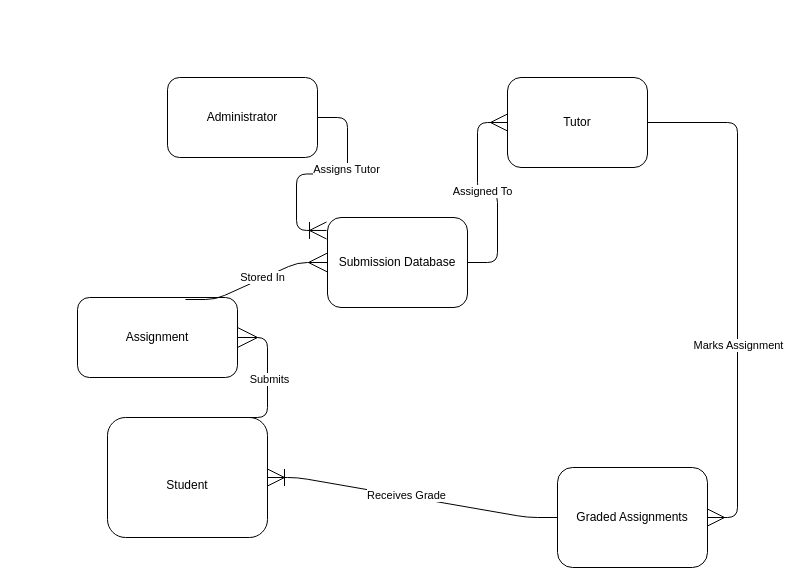
Above: page "EntityRelationship" (4 of 6) of Unit2Question2.drawio in logankilpatrick/OxfordUnit2 (draw.io), before the change. Source tidied: cells renumbered, new cells numbered last; positions are measured from the earlier drawing's top-left corner, leaving out a move shared by most shapes. Both pictures are drawn from the tidied source at 100%, with x=0, y=0 at pixel (77, 77).
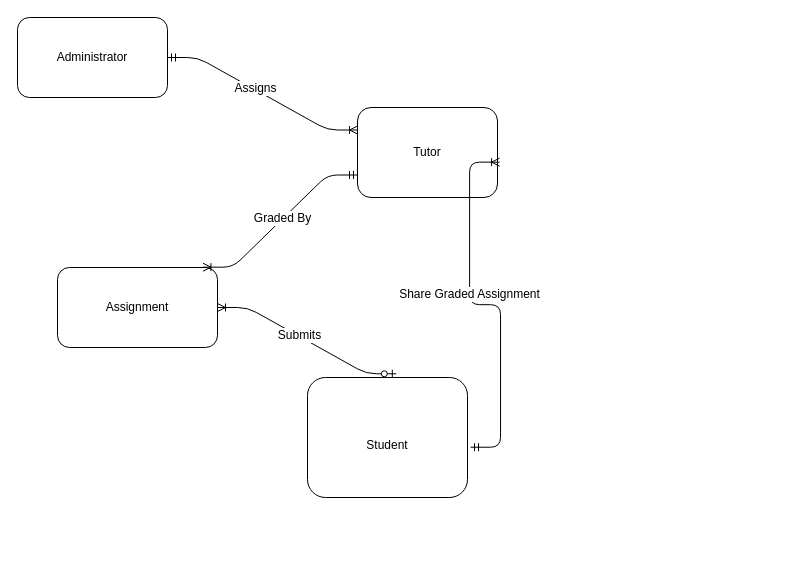
Above is the later version.

Change to the diagram source:
```diff
@@
 <mxGraphModel>
   <root>
     <mxCell id="0" />
     <mxCell id="1" parent="0" />
     <mxCell id="2" value="&lt;br&gt;Student" style="rounded=1;whiteSpace=wrap;html=1;" parent="1" vertex="1">
-      <mxGeometry x="30" y="340" width="160" height="120" as="geometry" />
+      <mxGeometry x="230" y="300" width="160" height="120" as="geometry" />
     </mxCell>
+    <mxCell id="5" value="Assignment" style="rounded=1;whiteSpace=wrap;html=1;" parent="1" vertex="1">
+      <mxGeometry x="-20" y="190" width="160" height="80" as="geometry" />
+    </mxCell>
+    <mxCell id="9" value="Tutor" style="rounded=1;whiteSpace=wrap;html=1;" parent="1" vertex="1">
+      <mxGeometry x="280" y="30" width="140" height="90" as="geometry" />
+    </mxCell>
+    <mxCell id="17" value="Administrator" style="rounded=1;whiteSpace=wrap;html=1;" parent="1" vertex="1">
+      <mxGeometry x="-60" y="-60" width="150" height="80" as="geometry" />
+    </mxCell>
-    <mxCell id="3" style="edgeStyle=entityRelationEdgeStyle;fontSize=12;html=1;endArrow=ERmany;exitX=0.5;exitY=0;exitDx=0;exitDy=0;endSize=18;" parent="1" edge="1" source="2" target="5">
+    <mxCell id="3" style="edgeStyle=entityRelationEdgeStyle;fontSize=12;html=1;endArrow=ERoneToMany;startArrow=ERzeroToOne;strokeWidth=1;entryX=1;entryY=0.5;entryDx=0;entryDy=0;exitX=0.555;exitY=-0.031;exitDx=0;exitDy=0;exitPerimeter=0;" parent="1" edge="1" source="2" target="5">
       <mxGeometry relative="1" as="geometry" />
     </mxCell>
-    <mxCell id="4" value="Submits" style="edgeLabel;html=1;align=center;verticalAlign=middle;" parent="3" vertex="1">
-      <mxGeometry x="0.25" y="-1" relative="1" as="geometry" />
+    <mxCell id="4" value="Submits" style="edgeLabel;html=1;align=center;verticalAlign=middle;fontSize=12;" parent="3" vertex="1">
+      <mxGeometry x="0.1" y="-1" relative="1" as="geometry" />
     </mxCell>
-    <mxCell id="5" value="Assignment" style="rounded=1;whiteSpace=wrap;html=1;" parent="1" vertex="1">
-      <mxGeometry y="220" width="160" height="80" as="geometry" />
-    </mxCell>
-    <mxCell id="6" value="Submission Database" style="rounded=1;whiteSpace=wrap;html=1;" parent="1" vertex="1">
-      <mxGeometry x="250" y="140" width="140" height="90" as="geometry" />
-    </mxCell>
-    <mxCell id="7" style="edgeStyle=entityRelationEdgeStyle;fontSize=12;html=1;endArrow=ERmany;exitX=0.675;exitY=0.025;exitDx=0;exitDy=0;exitPerimeter=0;entryX=0;entryY=0.5;entryDx=0;entryDy=0;strokeWidth=1;endSize=17;" parent="1" edge="1" source="5" target="6">
-      <mxGeometry relative="1" as="geometry" />
-    </mxCell>
-    <mxCell id="8" value="Stored In" style="edgeLabel;html=1;align=center;verticalAlign=middle;" parent="7" vertex="1">
-      <mxGeometry x="0.09" y="1" relative="1" as="geometry" />
-    </mxCell>
-    <mxCell id="9" value="Tutor" style="rounded=1;whiteSpace=wrap;html=1;" parent="1" vertex="1">
-      <mxGeometry x="430" width="140" height="90" as="geometry" />
-    </mxCell>
-    <mxCell id="10" style="edgeStyle=entityRelationEdgeStyle;fontSize=12;html=1;endArrow=ERmany;strokeWidth=1;exitX=1;exitY=0.5;exitDx=0;exitDy=0;entryX=0;entryY=0.5;entryDx=0;entryDy=0;endSize=15;" parent="1" edge="1" source="6" target="9">
-      <mxGeometry relative="1" as="geometry" />
-    </mxCell>
-    <mxCell id="11" value="Assigned To" style="edgeLabel;html=1;align=center;verticalAlign=middle;" parent="10" vertex="1">
-      <mxGeometry x="0.05" y="-2" relative="1" as="geometry" />
-    </mxCell>
-    <mxCell id="12" value="Graded Assignments" style="rounded=1;whiteSpace=wrap;html=1;" parent="1" vertex="1">
-      <mxGeometry x="480" y="390" width="150" height="100" as="geometry" />
-    </mxCell>
-    <mxCell id="13" style="edgeStyle=entityRelationEdgeStyle;fontSize=12;html=1;endArrow=ERmany;strokeWidth=1;exitX=1;exitY=0.5;exitDx=0;exitDy=0;endSize=15;" parent="1" edge="1" source="9" target="12">
-      <mxGeometry relative="1" as="geometry" />
-    </mxCell>
-    <mxCell id="14" value="Marks Assignment" style="edgeLabel;html=1;align=center;verticalAlign=middle;" parent="13" vertex="1">
-      <mxGeometry x="0.21" relative="1" as="geometry" />
-    </mxCell>
-    <mxCell id="15" style="edgeStyle=entityRelationEdgeStyle;fontSize=12;html=1;endArrow=ERoneToMany;strokeWidth=1;exitX=0;exitY=0.5;exitDx=0;exitDy=0;entryX=1;entryY=0.5;entryDx=0;entryDy=0;endSize=15;" parent="1" edge="1" source="12" target="2">
-      <mxGeometry relative="1" as="geometry" />
-    </mxCell>
-    <mxCell id="16" value="Receives Grade" style="edgeLabel;html=1;align=center;verticalAlign=middle;" parent="15" vertex="1">
-      <mxGeometry x="0.04" y="-1" relative="1" as="geometry" />
-    </mxCell>
-    <mxCell id="17" value="Administrator" style="rounded=1;whiteSpace=wrap;html=1;" parent="1" vertex="1">
-      <mxGeometry x="90" width="150" height="80" as="geometry" />
-    </mxCell>
-    <mxCell id="18" style="edgeStyle=entityRelationEdgeStyle;fontSize=12;html=1;endArrow=ERoneToMany;strokeWidth=1;exitX=1;exitY=0.5;exitDx=0;exitDy=0;entryX=-0.007;entryY=0.144;entryDx=0;entryDy=0;entryPerimeter=0;endSize=15;" parent="1" edge="1" source="17" target="6">
-      <mxGeometry relative="1" as="geometry" />
-    </mxCell>
-    <mxCell id="19" value="Assigns Tutor" style="edgeLabel;html=1;align=center;verticalAlign=middle;" parent="18" vertex="1">
-      <mxGeometry x="-0.28" y="-2" relative="1" as="geometry" />
-    </mxCell>
+    <mxCell id="20" style="edgeStyle=entityRelationEdgeStyle;fontSize=12;html=1;endArrow=ERoneToMany;startArrow=ERmandOne;strokeWidth=1;entryX=0;entryY=0.25;entryDx=0;entryDy=0;exitX=1;exitY=0.5;exitDx=0;exitDy=0;" parent="1" edge="1" source="17" target="9">
+      <mxGeometry relative="1" as="geometry" />
+    </mxCell>
+    <mxCell id="21" value="Assigns" style="edgeLabel;html=1;align=center;verticalAlign=middle;fontSize=12;" parent="20" vertex="1">
+      <mxGeometry x="-0.09" y="1" relative="1" as="geometry" />
+    </mxCell>
+    <mxCell id="22" style="edgeStyle=entityRelationEdgeStyle;fontSize=12;html=1;endArrow=ERoneToMany;startArrow=ERmandOne;strokeWidth=1;entryX=0.909;entryY=-0.004;entryDx=0;entryDy=0;entryPerimeter=0;exitX=0;exitY=0.75;exitDx=0;exitDy=0;" parent="1" edge="1" source="9" target="5">
+      <mxGeometry relative="1" as="geometry" />
+    </mxCell>
+    <mxCell id="23" value="Graded By" style="edgeLabel;html=1;align=center;verticalAlign=middle;fontSize=12;" parent="22" vertex="1">
+      <mxGeometry x="-0.03" y="-1" relative="1" as="geometry" />
+    </mxCell>
+    <mxCell id="24" style="edgeStyle=entityRelationEdgeStyle;fontSize=12;html=1;endArrow=ERoneToMany;startArrow=ERmandOne;strokeWidth=1;entryX=1.015;entryY=0.607;entryDx=0;entryDy=0;entryPerimeter=0;exitX=1.019;exitY=0.581;exitDx=0;exitDy=0;exitPerimeter=0;" parent="1" edge="1" source="2" target="9">
+      <mxGeometry relative="1" as="geometry" />
+    </mxCell>
+    <mxCell id="25" value="Share Graded Assignment" style="edgeLabel;html=1;align=center;verticalAlign=middle;fontSize=12;" parent="24" vertex="1">
+      <mxGeometry x="0.14" y="1" relative="1" as="geometry" />
+    </mxCell>
   </root>
 </mxGraphModel>
```
